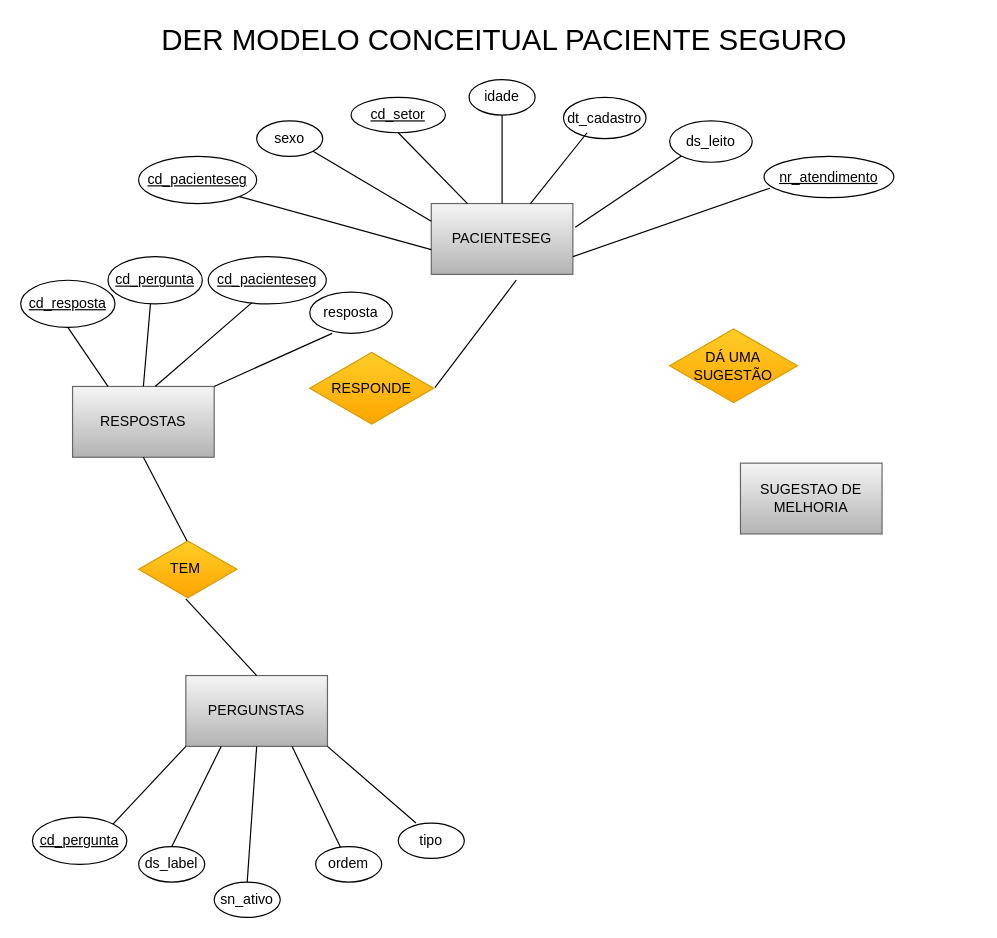
Before: paciente_seguro_dre_conceitual.drawio in marcos-renato/MODELOS-DRAWIO, a draw.io diagram. Source tidied: cells renumbered, new cells numbered last; positions are measured from the earlier drawing's top-left corner, leaving out a move shared by most shapes. Both pictures are drawn from the tidied source at 118%, with x=0, y=0 at pixel (20, 20).
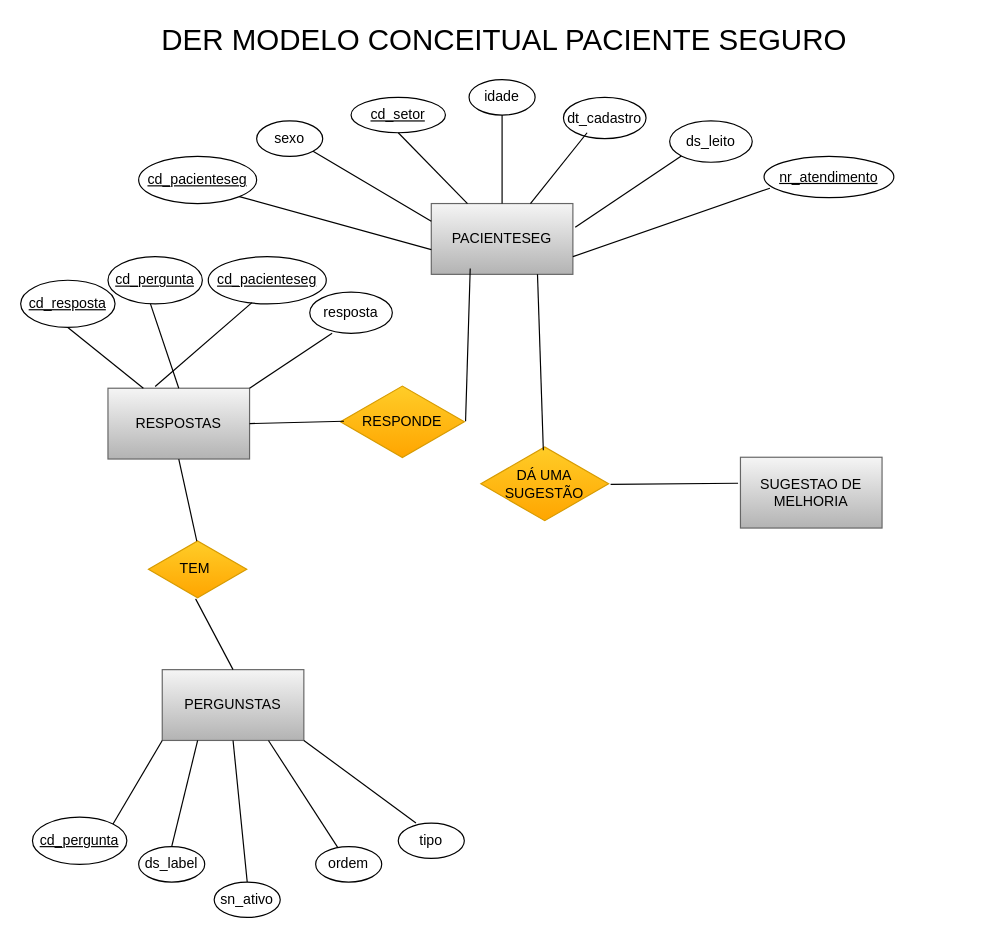
The same page after the edit.

Unchanged cells that the change refers to:
```xml
<mxCell id="2" value="PACIENTESEG" style="rounded=0;whiteSpace=wrap;html=1;fillColor=#f5f5f5;gradientColor=#b3b3b3;strokeColor=#666666;" parent="1" vertex="1">
  <mxGeometry x="348" y="155" width="120" height="60" as="geometry" />
</mxCell>
```

The edit, as a diff of the source:
```diff
@@
     <mxCell id="3" value="PERGUNSTAS" style="rounded=0;whiteSpace=wrap;html=1;fillColor=#f5f5f5;gradientColor=#b3b3b3;strokeColor=#666666;" parent="1" vertex="1">
-      <mxGeometry x="140" y="555" width="120" height="60" as="geometry" />
+      <mxGeometry x="120" y="550" width="120" height="60" as="geometry" />
     </mxCell>
     <mxCell id="4" value="RESPOSTAS" style="rounded=0;whiteSpace=wrap;html=1;fillColor=#f5f5f5;gradientColor=#b3b3b3;strokeColor=#666666;" parent="1" vertex="1">
-      <mxGeometry x="44" y="310" width="120" height="60" as="geometry" />
+      <mxGeometry x="74" y="311.5" width="120" height="60" as="geometry" />
     </mxCell>
     <mxCell id="5" value="SUGESTAO DE MELHORIA" style="rounded=0;whiteSpace=wrap;html=1;fillColor=#f5f5f5;gradientColor=#b3b3b3;strokeColor=#666666;" parent="1" vertex="1">
-      <mxGeometry x="610" y="375" width="120" height="60" as="geometry" />
+      <mxGeometry x="610" y="370" width="120" height="60" as="geometry" />
     </mxCell>
@@
     <mxCell id="39" value="TEM&amp;nbsp;" style="html=1;whiteSpace=wrap;shape=isoRectangle;fontSize=12;fillColor=#ffcd28;gradientColor=#ffa500;strokeColor=#d79b00;" parent="1" vertex="1">
-      <mxGeometry x="100" y="440" width="83.3" height="50" as="geometry" />
+      <mxGeometry x="108.3" y="440" width="83.3" height="50" as="geometry" />
     </mxCell>
     <mxCell id="40" value="RESPONDE" style="html=1;whiteSpace=wrap;shape=isoRectangle;fontSize=12;fillColor=#ffcd28;gradientColor=#ffa500;strokeColor=#d79b00;" parent="1" vertex="1">
-      <mxGeometry x="245" y="280" width="105" height="63" as="geometry" />
+      <mxGeometry x="271" y="308.5" width="105" height="63" as="geometry" />
     </mxCell>
     <mxCell id="41" value="DÁ UMA SUGESTÃO" style="html=1;whiteSpace=wrap;shape=isoRectangle;fontSize=12;fillColor=#ffcd28;gradientColor=#ffa500;strokeColor=#d79b00;" parent="1" vertex="1">
-      <mxGeometry x="550" y="260" width="108.3" height="65" as="geometry" />
+      <mxGeometry x="390" y="360" width="108.3" height="65" as="geometry" />
     </mxCell>
@@
-    <mxCell id="44" style="endArrow=none;html=1;rounded=0;fontSize=12;entryX=0.6;entryY=1.083;entryDx=0;entryDy=0;entryPerimeter=0;exitX=1.01;exitY=0.492;exitDx=0;exitDy=0;exitPerimeter=0;" parent="1" edge="1" source="40" target="2">
-      <mxGeometry relative="1" as="geometry" />
+    <mxCell id="44" style="endArrow=none;html=1;rounded=0;fontSize=12;exitX=1.01;exitY=0.492;exitDx=0;exitDy=0;exitPerimeter=0;" parent="1" edge="1" source="40">
+      <mxGeometry relative="1" as="geometry">
+        <mxPoint x="381" y="210" as="targetPoint" />
+      </mxGeometry>
     </mxCell>
+    <mxCell id="45" style="endArrow=none;html=1;rounded=0;fontSize=12;entryX=0.029;entryY=0.492;entryDx=0;entryDy=0;entryPerimeter=0;exitX=1;exitY=0.5;exitDx=0;exitDy=0;" parent="1" edge="1" source="4" target="40">
+      <mxGeometry relative="1" as="geometry" />
+    </mxCell>
+    <mxCell id="46" style="endArrow=none;html=1;rounded=0;fontSize=12;entryX=0.75;entryY=1;entryDx=0;entryDy=0;exitX=0.489;exitY=0.062;exitDx=0;exitDy=0;exitPerimeter=0;" parent="1" edge="1" source="41" target="2">
+      <mxGeometry relative="1" as="geometry" />
+    </mxCell>
+    <mxCell id="47" style="endArrow=none;html=1;rounded=0;fontSize=12;exitX=-0.017;exitY=0.367;exitDx=0;exitDy=0;exitPerimeter=0;" parent="1" edge="1" source="5">
+      <mxGeometry relative="1" as="geometry">
+        <mxPoint x="500" y="393" as="targetPoint" />
+      </mxGeometry>
+    </mxCell>
```
